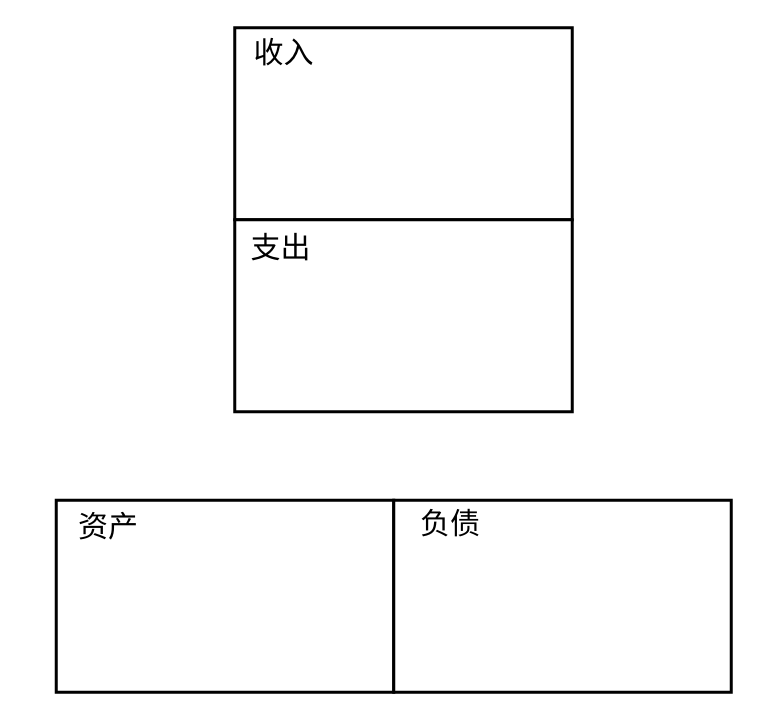
Earlier version of the draw.io diagram 富爸爸穷爸爸.drawio (SHERlocked93/pic). Source tidied: cells renumbered, new cells numbered last; positions are measured from the earlier drawing's top-left corner, leaving out a move shared by most shapes. Both pictures are drawn from the tidied source at 150%, with x=0, y=0 at pixel (56, 27).
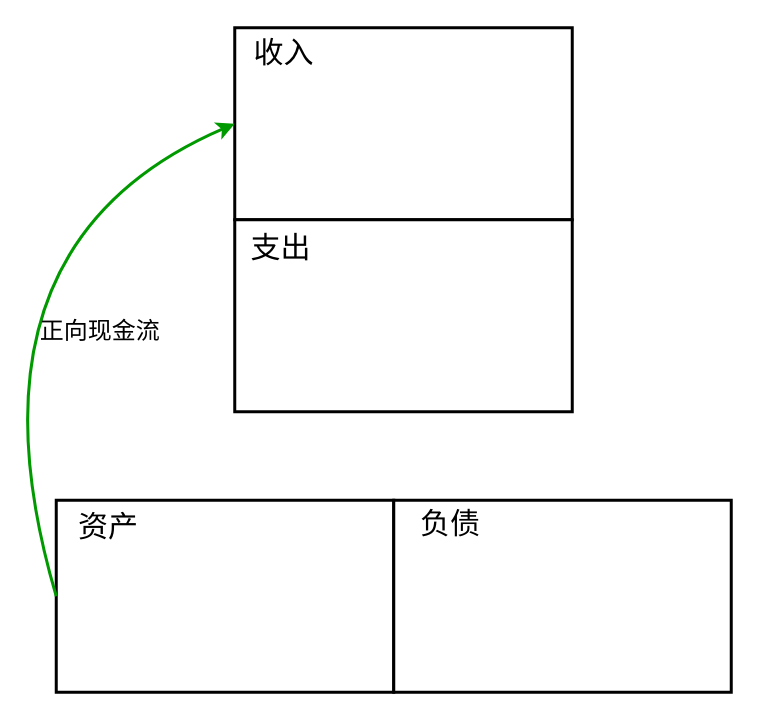
After the change.

Commit message (it also covers changes not shown here):
更新富爸爸穷爸爸.drawio

What changed in the source:
```diff
@@
 <mxGraphModel>
   <root>
     <mxCell id="0" />
     <mxCell id="1" parent="0" />
     <mxCell id="2" style="rounded=0;whiteSpace=wrap;html=1;strokeWidth=2;" parent="1" vertex="1">
       <mxGeometry x="119" width="225" height="128" as="geometry" />
     </mxCell>
     <mxCell id="3" style="rounded=0;whiteSpace=wrap;html=1;strokeWidth=2;" parent="1" vertex="1">
       <mxGeometry x="119" y="128" width="225" height="128" as="geometry" />
     </mxCell>
     <mxCell id="4" style="rounded=0;whiteSpace=wrap;html=1;strokeWidth=2;" parent="1" vertex="1">
       <mxGeometry y="315" width="225" height="128" as="geometry" />
     </mxCell>
     <mxCell id="5" style="rounded=0;whiteSpace=wrap;html=1;strokeWidth=2;" parent="1" vertex="1">
       <mxGeometry x="225" y="315" width="225" height="128" as="geometry" />
     </mxCell>
     <mxCell id="6" value="收入" style="text;html=1;strokeColor=none;fillColor=none;align=center;verticalAlign=middle;whiteSpace=wrap;rounded=0;fontSize=20;" parent="1" vertex="1">
       <mxGeometry x="121" y="6" width="62" height="20" as="geometry" />
     </mxCell>
     <mxCell id="7" value="支出" style="text;html=1;strokeColor=none;fillColor=none;align=center;verticalAlign=middle;whiteSpace=wrap;rounded=0;fontSize=20;" parent="1" vertex="1">
       <mxGeometry x="119" y="136" width="62" height="20" as="geometry" />
     </mxCell>
     <mxCell id="8" value="资产" style="text;html=1;strokeColor=none;fillColor=none;align=center;verticalAlign=middle;whiteSpace=wrap;rounded=0;fontSize=20;" parent="1" vertex="1">
       <mxGeometry x="4" y="322" width="62" height="20" as="geometry" />
     </mxCell>
     <mxCell id="9" value="负债" style="text;html=1;strokeColor=none;fillColor=none;align=center;verticalAlign=middle;whiteSpace=wrap;rounded=0;fontSize=20;" parent="1" vertex="1">
       <mxGeometry x="232" y="320" width="62" height="20" as="geometry" />
     </mxCell>
+    <mxCell id="10" style="curved=1;endArrow=classic;html=1;fontSize=20;strokeWidth=2;exitX=0;exitY=0.5;exitDx=0;exitDy=0;entryX=0;entryY=0.5;entryDx=0;entryDy=0;strokeColor=#009900;" parent="1" edge="1" source="4" target="2">
+      <mxGeometry relative="1" as="geometry">
+        <Array as="points">
+          <mxPoint x="-69" y="145" />
+        </Array>
+      </mxGeometry>
+    </mxCell>
+    <mxCell id="11" value="正向现金流" style="edgeLabel;html=1;align=center;verticalAlign=middle;fontSize=16;labelBackgroundColor=none;" parent="10" vertex="1">
+      <mxGeometry x="-0.14" y="-55" relative="1" as="geometry">
+        <mxPoint x="30.1" y="23.6" as="offset" />
+      </mxGeometry>
+    </mxCell>
   </root>
 </mxGraphModel>
```
